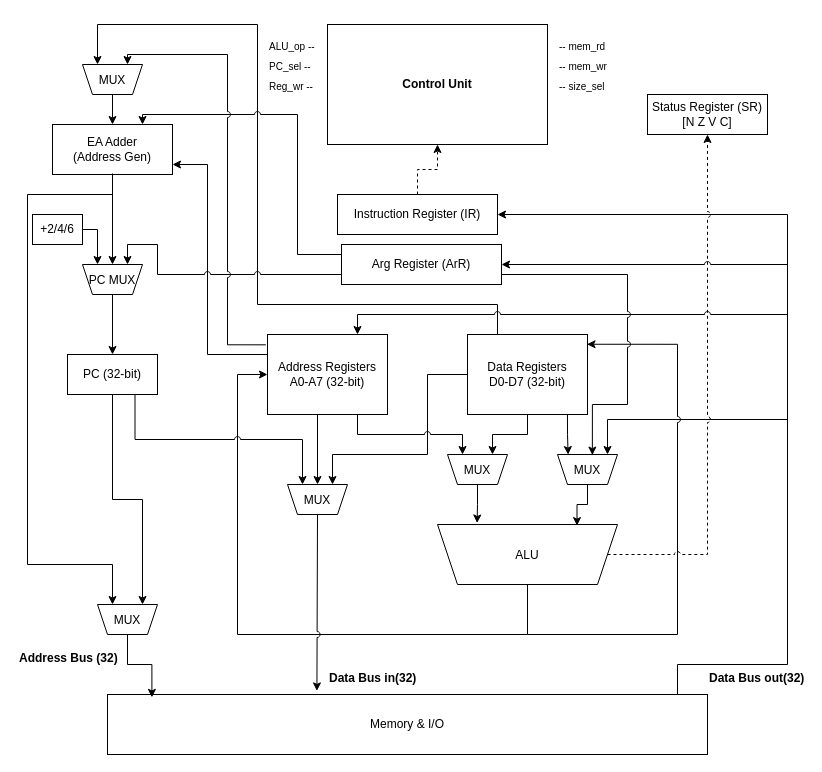
Before: ak_lab_3_5_new_2.drawio in Dmitry-Kuzmin456/ak_lab3_scheme, a draw.io diagram. Source tidied: cells renumbered, new cells numbered last; positions are measured from the earlier drawing's top-left corner, leaving out a move shared by most shapes. Both pictures are drawn from the tidied source at 100%, with x=0, y=0 at pixel (17, 24).
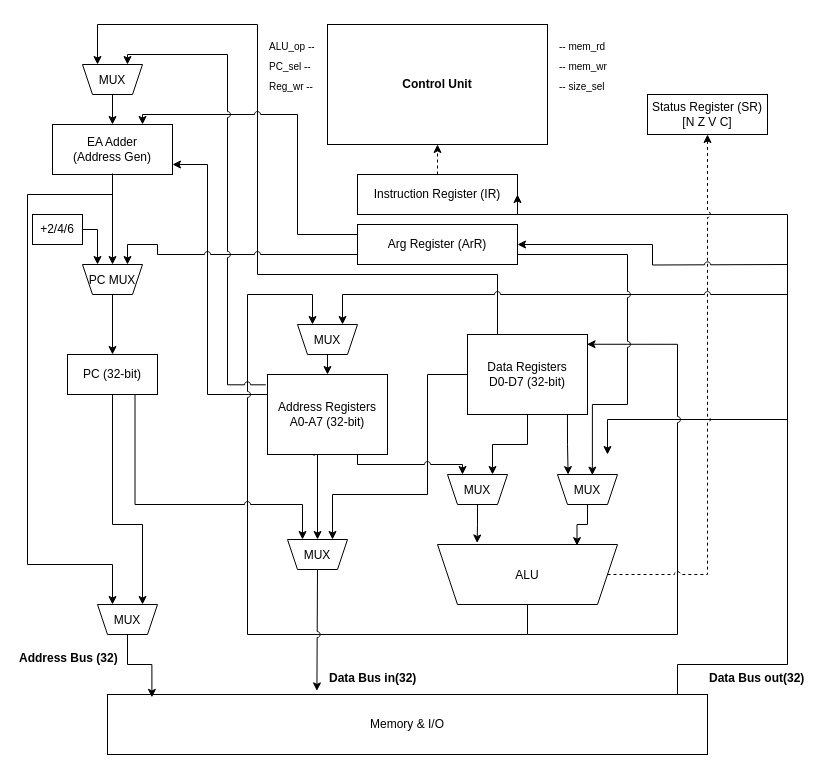
The same diagram, later.

Commit message (it also covers changes not shown here):
новая схема

Unchanged cells that the change refers to:
```xml
<mxCell id="10" value="Status Register (SR)&lt;br&gt;[N Z V C]" style="rounded=0;whiteSpace=wrap;html=1;" parent="1" vertex="1">
  <mxGeometry x="630" y="70" width="120" height="40" as="geometry" />
</mxCell>
<mxCell id="12" value="PC (32-bit)" style="rounded=0;whiteSpace=wrap;html=1;" parent="1" vertex="1">
  <mxGeometry x="50" y="330" width="90" height="40" as="geometry" />
</mxCell>
<mxCell id="15" value="Data Registers&lt;br&gt;D0-D7 (32-bit)" style="rounded=0;whiteSpace=wrap;html=1;" parent="1" vertex="1">
  <mxGeometry x="450" y="310" width="120" height="80" as="geometry" />
</mxCell>
<mxCell id="16" value="EA Adder&lt;br&gt;(Address Gen)" style="rounded=0;whiteSpace=wrap;html=1;" parent="1" vertex="1">
  <mxGeometry x="35" y="100" width="120" height="50" as="geometry" />
</mxCell>
<mxCell id="41" value="PC MUX" style="shape=trapezoid;perimeter=trapezoidPerimeter;fixedSize=1;size=10;direction=west;" parent="1" vertex="1">
  <mxGeometry x="65" y="240" width="60" height="30" as="geometry" />
</mxCell>
<mxCell id="42" value="MUX" style="shape=trapezoid;perimeter=trapezoidPerimeter;fixedSize=1;size=10;direction=west;" parent="1" vertex="1">
  <mxGeometry x="80" y="580" width="60" height="30" as="geometry" />
</mxCell>
<mxCell id="54" value="MUX" style="shape=trapezoid;perimeter=trapezoidPerimeter;fixedSize=1;size=10;direction=west;" parent="1" vertex="1">
  <mxGeometry x="65" y="40" width="60" height="30" as="geometry" />
</mxCell>
```

Diff of the diagram source:
```diff
@@
     <mxCell id="8" value="Instruction Register (IR)" style="rounded=0;whiteSpace=wrap;html=1;" parent="1" vertex="1">
-      <mxGeometry x="320" y="170" width="160" height="40" as="geometry" />
+      <mxGeometry x="340" y="150" width="160" height="40" as="geometry" />
     </mxCell>
@@
     <mxCell id="13" value="Address Registers&lt;br&gt;A0-A7 (32-bit)" style="rounded=0;whiteSpace=wrap;html=1;" parent="1" vertex="1">
-      <mxGeometry x="250" y="310" width="120" height="80" as="geometry" />
+      <mxGeometry x="250" y="350" width="120" height="80" as="geometry" />
     </mxCell>
     <mxCell id="14" style="edgeStyle=orthogonalEdgeStyle;rounded=0;jettySize=auto;html=1;entryX=0.25;entryY=1;entryDx=0;entryDy=0;exitX=0;exitY=0.5;exitDx=0;exitDy=0;jumpStyle=arc;" parent="1" edge="1" source="15" target="46">
       <mxGeometry relative="1" as="geometry">
         <Array as="points">
           <mxPoint x="410" y="350" />
-          <mxPoint x="410" y="430" />
-          <mxPoint x="315" y="430" />
+          <mxPoint x="410" y="470" />
+          <mxPoint x="315" y="470" />
         </Array>
       </mxGeometry>
     </mxCell>
@@
     <mxCell id="17" value="MUX" style="shape=trapezoid;perimeter=trapezoidPerimeter;fixedSize=1;size=10;direction=west;" parent="1" vertex="1">
-      <mxGeometry x="430" y="430" width="60" height="30" as="geometry" />
+      <mxGeometry x="430" y="450" width="60" height="30" as="geometry" />
     </mxCell>
     <mxCell id="18" value="MUX" style="shape=trapezoid;perimeter=trapezoidPerimeter;fixedSize=1;size=10;direction=west;" parent="1" vertex="1">
-      <mxGeometry x="540" y="430" width="60" height="30" as="geometry" />
+      <mxGeometry x="540" y="450" width="60" height="30" as="geometry" />
     </mxCell>
     <mxCell id="19" value="ALU" style="shape=trapezoid;perimeter=trapezoidPerimeter;fixedSize=1;flipV=1;" parent="1" vertex="1">
-      <mxGeometry x="420" y="500" width="180" height="60" as="geometry" />
+      <mxGeometry x="420" y="520" width="180" height="60" as="geometry" />
     </mxCell>
@@
     <mxCell id="23" style="edgeStyle=orthogonalEdgeStyle;rounded=0;html=1;exitX=0.5;exitY=1;entryX=0.25;entryY=1;strokeWidth=1;entryDx=0;entryDy=0;" parent="1" edge="1" source="12" target="42">
-      <mxGeometry relative="1" as="geometry" />
+      <mxGeometry relative="1" as="geometry">
+        <Array as="points">
+          <mxPoint x="95" y="500" />
+          <mxPoint x="125" y="500" />
+        </Array>
+      </mxGeometry>
     </mxCell>
     <mxCell id="24" style="edgeStyle=orthogonalEdgeStyle;rounded=0;html=1;exitX=0;exitY=0.25;exitDx=0;exitDy=0;jumpStyle=arc;" parent="1" edge="1" source="13">
       <mxGeometry relative="1" as="geometry">
         <mxPoint x="155" y="140" as="targetPoint" />
         <Array as="points">
-          <mxPoint x="190" y="330" />
+          <mxPoint x="190" y="370" />
           <mxPoint x="190" y="140" />
         </Array>
       </mxGeometry>
     </mxCell>
@@
     <mxCell id="28" style="edgeStyle=orthogonalEdgeStyle;rounded=0;html=1;exitX=0.75;exitY=1;entryX=0.75;entryY=1;entryDx=0;entryDy=0;jumpStyle=arc;" parent="1" edge="1" source="13" target="17">
       <mxGeometry relative="1" as="geometry">
         <Array as="points">
-          <mxPoint x="340" y="410" />
-          <mxPoint x="445" y="410" />
+          <mxPoint x="340" y="440" />
+          <mxPoint x="445" y="440" />
         </Array>
       </mxGeometry>
     </mxCell>
@@
-    <mxCell id="35" style="edgeStyle=orthogonalEdgeStyle;rounded=0;html=1;entryX=0;entryY=0.5;strokeWidth=1;jumpStyle=arc;" parent="1" edge="1" target="13">
+    <mxCell id="35" style="edgeStyle=orthogonalEdgeStyle;rounded=0;html=1;entryX=0.75;entryY=1;strokeWidth=1;jumpStyle=arc;entryDx=0;entryDy=0;" parent="1" edge="1" target="58">
       <mxGeometry relative="1" as="geometry">
         <mxPoint x="510" y="610" as="sourcePoint" />
         <Array as="points">
-          <mxPoint x="465" y="610" />
-          <mxPoint x="220" y="610" />
-          <mxPoint x="220" y="350" />
+          <mxPoint x="230" y="610" />
+          <mxPoint x="230" y="270" />
+          <mxPoint x="295" y="270" />
         </Array>
       </mxGeometry>
     </mxCell>
     <mxCell id="36" style="edgeStyle=orthogonalEdgeStyle;rounded=0;html=1;exitX=0.25;exitY=0;jumpStyle=arc;exitDx=0;exitDy=0;entryX=0.75;entryY=1;entryDx=0;entryDy=0;" parent="1" edge="1" source="15" target="54">
       <mxGeometry relative="1" as="geometry">
         <Array as="points">
-          <mxPoint x="480" y="280" />
-          <mxPoint x="240" y="280" />
+          <mxPoint x="480" y="250" />
+          <mxPoint x="240" y="250" />
           <mxPoint x="240" />
           <mxPoint x="80" />
         </Array>
       </mxGeometry>
     </mxCell>
     <mxCell id="37" style="edgeStyle=orthogonalEdgeStyle;rounded=0;html=1;exitX=1;exitY=0.5;entryX=0.5;entryY=1;dashed=1;jumpStyle=arc;" parent="1" edge="1" source="19" target="10">
       <mxGeometry relative="1" as="geometry">
         <Array as="points">
-          <mxPoint x="690" y="530" />
+          <mxPoint x="690" y="550" />
         </Array>
       </mxGeometry>
     </mxCell>
@@
-    <mxCell id="44" style="endArrow=classic;html=1;rounded=0;entryX=0.75;entryY=0;entryDx=0;entryDy=0;jumpStyle=arc;" parent="1" edge="1" target="13">
+    <mxCell id="44" style="endArrow=classic;html=1;rounded=0;entryX=0.25;entryY=1;entryDx=0;entryDy=0;jumpStyle=arc;" parent="1" edge="1" target="58">
       <mxGeometry relative="1" as="geometry">
-        <mxPoint x="770" y="290" as="sourcePoint" />
+        <mxPoint x="770" y="270" as="sourcePoint" />
         <Array as="points">
-          <mxPoint x="340" y="290" />
+          <mxPoint x="325" y="270" />
         </Array>
       </mxGeometry>
     </mxCell>
@@
     <mxCell id="46" value="MUX" style="shape=trapezoid;perimeter=trapezoidPerimeter;fixedSize=1;size=10;direction=west;" parent="1" vertex="1">
-      <mxGeometry x="270" y="460" width="60" height="30" as="geometry" />
+      <mxGeometry x="270" y="515" width="60" height="30" as="geometry" />
     </mxCell>
-    <mxCell id="47" style="edgeStyle=orthogonalEdgeStyle;rounded=0;html=1;entryX=0.5;entryY=1;entryDx=0;entryDy=0;" parent="1" edge="1" target="46">
+    <mxCell id="47" style="edgeStyle=orthogonalEdgeStyle;rounded=0;html=1;entryX=0.5;entryY=1;entryDx=0;entryDy=0;exitX=0.388;exitY=1.018;exitDx=0;exitDy=0;exitPerimeter=0;" parent="1" edge="1" source="13" target="46">
       <mxGeometry relative="1" as="geometry">
-        <mxPoint x="280" y="390" as="sourcePoint" />
         <Array as="points">
-          <mxPoint x="300" y="390" />
+          <mxPoint x="297" y="430" />
+          <mxPoint x="300" y="430" />
         </Array>
       </mxGeometry>
     </mxCell>
@@
     <mxCell id="49" value="Arg Register (ArR)" style="rounded=0;whiteSpace=wrap;html=1;" parent="1" vertex="1">
-      <mxGeometry x="324" y="220" width="160" height="40" as="geometry" />
+      <mxGeometry x="340" y="200" width="160" height="40" as="geometry" />
     </mxCell>
@@
     <mxCell id="51" style="edgeStyle=orthogonalEdgeStyle;rounded=0;html=1;entryX=0.25;entryY=1;entryDx=0;entryDy=0;jumpStyle=arc;exitX=0;exitY=0.75;exitDx=0;exitDy=0;" parent="1" edge="1" source="49" target="41">
       <mxGeometry relative="1" as="geometry">
         <Array as="points">
-          <mxPoint x="140" y="250" />
+          <mxPoint x="140" y="230" />
           <mxPoint x="140" y="220" />
           <mxPoint x="110" y="220" />
         </Array>
       </mxGeometry>
     </mxCell>
     <mxCell id="52" style="edgeStyle=orthogonalEdgeStyle;rounded=0;html=1;exitX=0;exitY=0.25;entryX=0.75;entryY=0;exitDx=0;exitDy=0;entryDx=0;entryDy=0;jumpStyle=arc;" parent="1" edge="1" source="49" target="16">
       <mxGeometry relative="1" as="geometry">
         <Array as="points">
-          <mxPoint x="280" y="230" />
+          <mxPoint x="280" y="210" />
           <mxPoint x="280" y="90" />
           <mxPoint x="125" y="90" />
         </Array>
       </mxGeometry>
     </mxCell>
     <mxCell id="53" style="edgeStyle=orthogonalEdgeStyle;rounded=0;html=1;exitX=1;exitY=0.75;exitDx=0;exitDy=0;entryX=0.419;entryY=0.98;entryDx=0;entryDy=0;entryPerimeter=0;jumpStyle=arc;" parent="1" edge="1" source="49" target="18">
       <mxGeometry relative="1" as="geometry">
         <Array as="points">
-          <mxPoint x="610" y="250" />
+          <mxPoint x="610" y="230" />
           <mxPoint x="610" y="380" />
           <mxPoint x="575" y="380" />
         </Array>
       </mxGeometry>
     </mxCell>
@@
     <mxCell id="55" style="edgeStyle=orthogonalEdgeStyle;rounded=0;html=1;exitX=-0.014;exitY=0.129;exitDx=0;exitDy=0;exitPerimeter=0;entryX=0.25;entryY=1;entryDx=0;entryDy=0;jumpStyle=arc;" parent="1" edge="1" source="13" target="54">
       <mxGeometry relative="1" as="geometry">
         <Array as="points">
-          <mxPoint x="210" y="320" />
+          <mxPoint x="210" y="360" />
           <mxPoint x="210" y="30" />
           <mxPoint x="110" y="30" />
         </Array>
       </mxGeometry>
     </mxCell>
@@
     <mxCell id="57" style="edgeStyle=orthogonalEdgeStyle;rounded=0;html=1;exitX=0.75;exitY=1;entryX=0.75;entryY=1;exitDx=0;exitDy=0;entryDx=0;entryDy=0;jumpStyle=arc;" parent="1" edge="1" source="12" target="46">
-      <mxGeometry relative="1" as="geometry" />
+      <mxGeometry relative="1" as="geometry">
+        <Array as="points">
+          <mxPoint x="118" y="480" />
+          <mxPoint x="285" y="480" />
+        </Array>
+      </mxGeometry>
     </mxCell>
+    <mxCell id="58" value="MUX" style="shape=trapezoid;perimeter=trapezoidPerimeter;fixedSize=1;size=10;direction=west;" parent="1" vertex="1">
+      <mxGeometry x="280" y="300" width="60" height="30" as="geometry" />
+    </mxCell>
+    <mxCell id="59" style="edgeStyle=orthogonalEdgeStyle;rounded=0;html=1;exitX=0.5;exitY=0;entryX=0.5;entryY=0;exitDx=0;exitDy=0;entryDx=0;entryDy=0;" parent="1" edge="1" source="58" target="13">
+      <mxGeometry relative="1" as="geometry" />
+    </mxCell>
```
